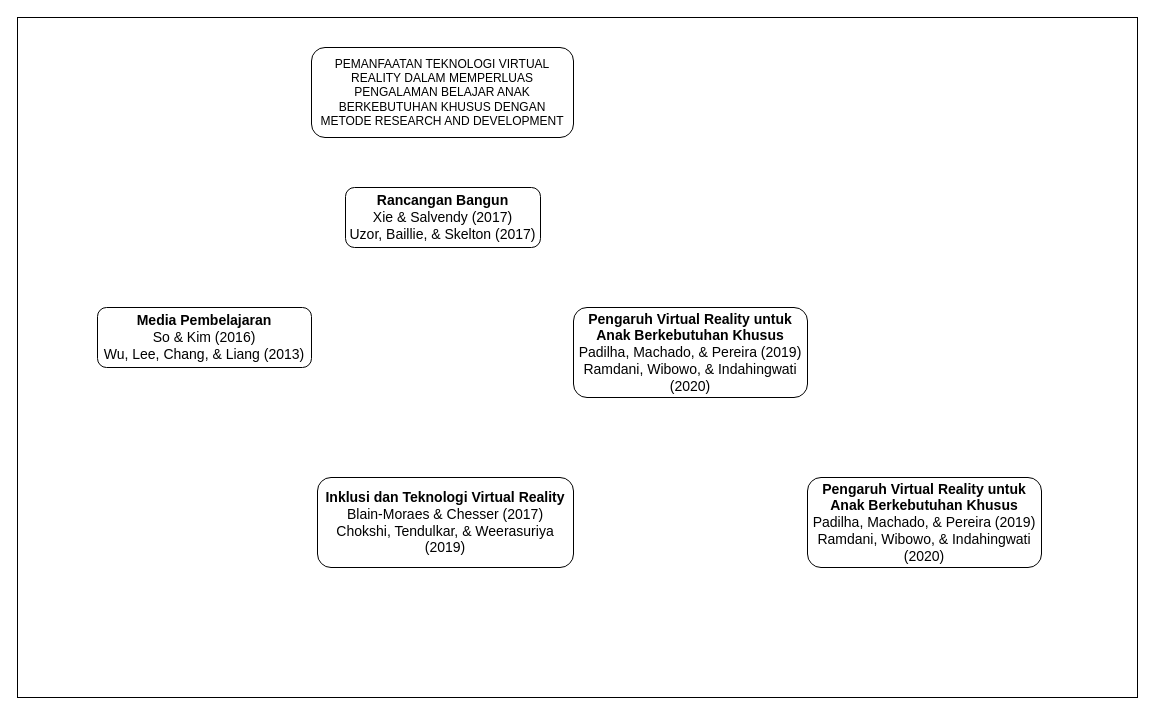
Before: literatur.drawio in kaniadinda/flowchart, a draw.io diagram. Source tidied: cells renumbered, new cells numbered last; positions are measured from the earlier drawing's top-left corner, leaving out a move shared by most shapes. Both pictures are drawn from the tidied source at 100%, with x=0, y=0 at pixel (17, 17).
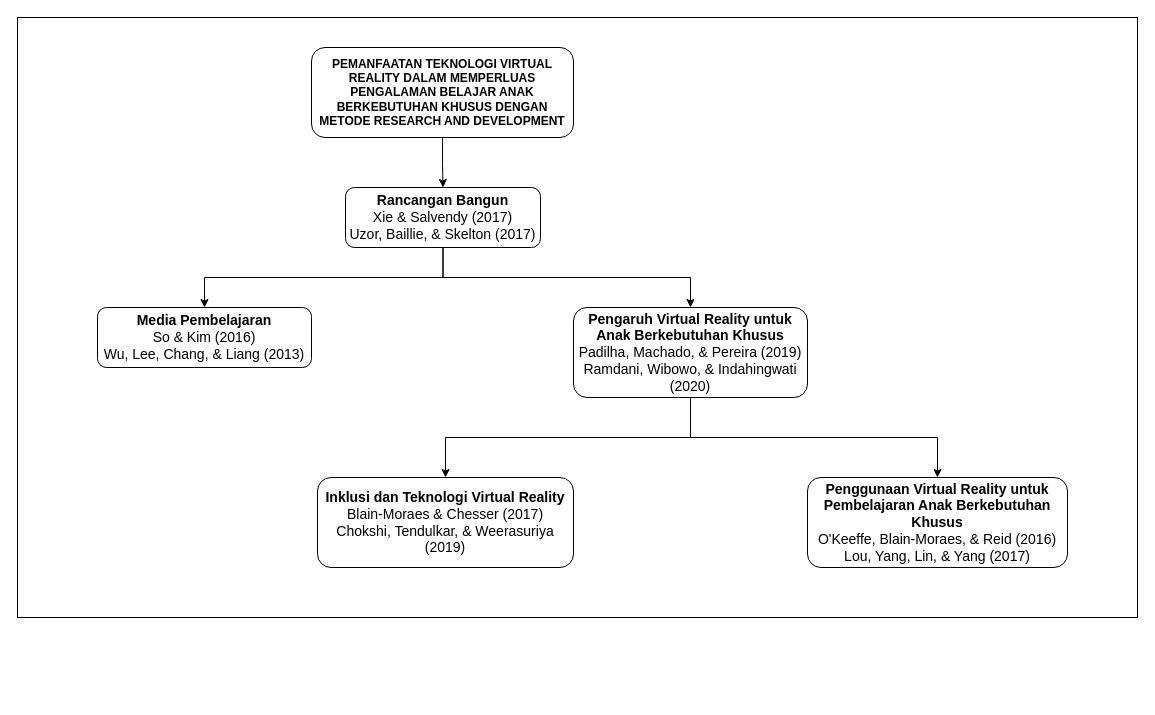
Above is the later version.

The edit, as a diff of the source:
```diff
@@
 <mxGraphModel>
   <root>
     <mxCell id="0" />
     <mxCell id="1" parent="0" />
     <mxCell id="2" style="rounded=0;whiteSpace=wrap;html=1;" parent="1" vertex="1">
-      <mxGeometry width="1120" height="680" as="geometry" />
+      <mxGeometry width="1120" height="600" as="geometry" />
     </mxCell>
+    <mxCell id="9" style="edgeStyle=orthogonalEdgeStyle;rounded=0;jettySize=auto;html=1;exitX=0.5;exitY=1;exitDx=0;exitDy=0;entryX=0.5;entryY=0;entryDx=0;entryDy=0;" parent="1" edge="1" source="3" target="4">
+      <mxGeometry relative="1" as="geometry" />
+    </mxCell>
-    <mxCell id="3" value="PEMANFAATAN TEKNOLOGI VIRTUAL REALITY DALAM MEMPERLUAS PENGALAMAN BELAJAR ANAK BERKEBUTUHAN KHUSUS DENGAN METODE RESEARCH AND DEVELOPMENT" style="rounded=1;whiteSpace=wrap;html=1;" parent="1" vertex="1">
+    <mxCell id="3" value="&lt;b&gt;PEMANFAATAN TEKNOLOGI VIRTUAL REALITY DALAM MEMPERLUAS PENGALAMAN BELAJAR ANAK BERKEBUTUHAN KHUSUS DENGAN METODE RESEARCH AND DEVELOPMENT&lt;/b&gt;" style="rounded=1;whiteSpace=wrap;html=1;" parent="1" vertex="1">
       <mxGeometry x="294" y="30" width="262" height="90" as="geometry" />
     </mxCell>
+    <mxCell id="10" style="edgeStyle=orthogonalEdgeStyle;rounded=0;jettySize=auto;html=1;exitX=0.5;exitY=1;exitDx=0;exitDy=0;entryX=0.5;entryY=0;entryDx=0;entryDy=0;" parent="1" edge="1" source="4" target="5">
+      <mxGeometry relative="1" as="geometry" />
+    </mxCell>
+    <mxCell id="11" style="edgeStyle=orthogonalEdgeStyle;rounded=0;jettySize=auto;html=1;exitX=0.5;exitY=1;exitDx=0;exitDy=0;entryX=0.5;entryY=0;entryDx=0;entryDy=0;" parent="1" edge="1" source="4" target="6">
+      <mxGeometry relative="1" as="geometry" />
+    </mxCell>
     <mxCell id="4" value="&lt;font style=&quot;font-size: 14px;&quot;&gt;&lt;b&gt;Rancangan Bangun&lt;br&gt;&lt;/b&gt;Xie &amp;amp; Salvendy (&lt;span style=&quot;border: 0px solid rgb(217, 217, 227); box-sizing: border-box; --tw-border-spacing-x:0; --tw-border-spacing-y:0; --tw-translate-x:0; --tw-translate-y:0; --tw-rotate:0; --tw-skew-x:0; --tw-skew-y:0; --tw-scale-x:1; --tw-scale-y:1; --tw-pan-x: ; --tw-pan-y: ; --tw-pinch-zoom: ; --tw-scroll-snap-strictness:proximity; --tw-gradient-from-position: ; --tw-gradient-via-position: ; --tw-gradient-to-position: ; --tw-ordinal: ; --tw-slashed-zero: ; --tw-numeric-figure: ; --tw-numeric-spacing: ; --tw-numeric-fraction: ; --tw-ring-inset: ; --tw-ring-offset-width:0px; --tw-ring-offset-color:#fff; --tw-ring-color:rgba(69,89,164,0.5); --tw-ring-offset-shadow:0 0 transparent; --tw-ring-shadow:0 0 transparent; --tw-shadow:0 0 transparent; --tw-shadow-colored:0 0 transparent; --tw-blur: ; --tw-brightness: ; --tw-contrast: ; --tw-grayscale: ; --tw-hue-rotate: ; --tw-invert: ; --tw-saturate: ; --tw-sepia: ; --tw-drop-shadow: ; --tw-backdrop-blur: ; --tw-backdrop-brightness: ; --tw-backdrop-contrast: ; --tw-backdrop-grayscale: ; --tw-backdrop-hue-rotate: ; --tw-backdrop-invert: ; --tw-backdrop-opacity: ; --tw-backdrop-saturate: ; --tw-backdrop-sepia: ; text-align: left;&quot; class=&quot;hljs-number&quot;&gt;2017&lt;/span&gt;&lt;span style=&quot;text-align: left;&quot;&gt;)&lt;br&gt;            Uzor, Baillie, &amp;amp; Skelton (&lt;/span&gt;&lt;span style=&quot;border: 0px solid rgb(217, 217, 227); box-sizing: border-box; --tw-border-spacing-x:0; --tw-border-spacing-y:0; --tw-translate-x:0; --tw-translate-y:0; --tw-rotate:0; --tw-skew-x:0; --tw-skew-y:0; --tw-scale-x:1; --tw-scale-y:1; --tw-pan-x: ; --tw-pan-y: ; --tw-pinch-zoom: ; --tw-scroll-snap-strictness:proximity; --tw-gradient-from-position: ; --tw-gradient-via-position: ; --tw-gradient-to-position: ; --tw-ordinal: ; --tw-slashed-zero: ; --tw-numeric-figure: ; --tw-numeric-spacing: ; --tw-numeric-fraction: ; --tw-ring-inset: ; --tw-ring-offset-width:0px; --tw-ring-offset-color:#fff; --tw-ring-color:rgba(69,89,164,0.5); --tw-ring-offset-shadow:0 0 transparent; --tw-ring-shadow:0 0 transparent; --tw-shadow:0 0 transparent; --tw-shadow-colored:0 0 transparent; --tw-blur: ; --tw-brightness: ; --tw-contrast: ; --tw-grayscale: ; --tw-hue-rotate: ; --tw-invert: ; --tw-saturate: ; --tw-sepia: ; --tw-drop-shadow: ; --tw-backdrop-blur: ; --tw-backdrop-brightness: ; --tw-backdrop-contrast: ; --tw-backdrop-grayscale: ; --tw-backdrop-hue-rotate: ; --tw-backdrop-invert: ; --tw-backdrop-opacity: ; --tw-backdrop-saturate: ; --tw-backdrop-sepia: ; text-align: left;&quot; class=&quot;hljs-number&quot;&gt;2017&lt;/span&gt;&lt;span style=&quot;text-align: left;&quot;&gt;)&lt;/span&gt;&lt;/font&gt;" style="rounded=1;whiteSpace=wrap;html=1;" parent="1" vertex="1">
       <mxGeometry x="328" y="170" width="195" height="60" as="geometry" />
     </mxCell>
     <mxCell id="5" value="&lt;font style=&quot;font-size: 14px;&quot;&gt;&lt;b&gt;Media Pembelajaran&lt;br&gt;&lt;/b&gt;So &amp;amp; Kim (&lt;span style=&quot;border: 0px solid rgb(217, 217, 227); box-sizing: border-box; --tw-border-spacing-x:0; --tw-border-spacing-y:0; --tw-translate-x:0; --tw-translate-y:0; --tw-rotate:0; --tw-skew-x:0; --tw-skew-y:0; --tw-scale-x:1; --tw-scale-y:1; --tw-pan-x: ; --tw-pan-y: ; --tw-pinch-zoom: ; --tw-scroll-snap-strictness:proximity; --tw-gradient-from-position: ; --tw-gradient-via-position: ; --tw-gradient-to-position: ; --tw-ordinal: ; --tw-slashed-zero: ; --tw-numeric-figure: ; --tw-numeric-spacing: ; --tw-numeric-fraction: ; --tw-ring-inset: ; --tw-ring-offset-width:0px; --tw-ring-offset-color:#fff; --tw-ring-color:rgba(69,89,164,0.5); --tw-ring-offset-shadow:0 0 transparent; --tw-ring-shadow:0 0 transparent; --tw-shadow:0 0 transparent; --tw-shadow-colored:0 0 transparent; --tw-blur: ; --tw-brightness: ; --tw-contrast: ; --tw-grayscale: ; --tw-hue-rotate: ; --tw-invert: ; --tw-saturate: ; --tw-sepia: ; --tw-drop-shadow: ; --tw-backdrop-blur: ; --tw-backdrop-brightness: ; --tw-backdrop-contrast: ; --tw-backdrop-grayscale: ; --tw-backdrop-hue-rotate: ; --tw-backdrop-invert: ; --tw-backdrop-opacity: ; --tw-backdrop-saturate: ; --tw-backdrop-sepia: ; text-align: left;&quot; class=&quot;hljs-number&quot;&gt;2016&lt;/span&gt;&lt;span style=&quot;text-align: left;&quot;&gt;)&lt;/span&gt;&lt;br&gt;&lt;span style=&quot;text-align: left;&quot;&gt;Wu, Lee, Chang, &amp;amp; Liang (&lt;/span&gt;&lt;span style=&quot;border: 0px solid rgb(217, 217, 227); box-sizing: border-box; --tw-border-spacing-x:0; --tw-border-spacing-y:0; --tw-translate-x:0; --tw-translate-y:0; --tw-rotate:0; --tw-skew-x:0; --tw-skew-y:0; --tw-scale-x:1; --tw-scale-y:1; --tw-pan-x: ; --tw-pan-y: ; --tw-pinch-zoom: ; --tw-scroll-snap-strictness:proximity; --tw-gradient-from-position: ; --tw-gradient-via-position: ; --tw-gradient-to-position: ; --tw-ordinal: ; --tw-slashed-zero: ; --tw-numeric-figure: ; --tw-numeric-spacing: ; --tw-numeric-fraction: ; --tw-ring-inset: ; --tw-ring-offset-width:0px; --tw-ring-offset-color:#fff; --tw-ring-color:rgba(69,89,164,0.5); --tw-ring-offset-shadow:0 0 transparent; --tw-ring-shadow:0 0 transparent; --tw-shadow:0 0 transparent; --tw-shadow-colored:0 0 transparent; --tw-blur: ; --tw-brightness: ; --tw-contrast: ; --tw-grayscale: ; --tw-hue-rotate: ; --tw-invert: ; --tw-saturate: ; --tw-sepia: ; --tw-drop-shadow: ; --tw-backdrop-blur: ; --tw-backdrop-brightness: ; --tw-backdrop-contrast: ; --tw-backdrop-grayscale: ; --tw-backdrop-hue-rotate: ; --tw-backdrop-invert: ; --tw-backdrop-opacity: ; --tw-backdrop-saturate: ; --tw-backdrop-sepia: ; text-align: left;&quot; class=&quot;hljs-number&quot;&gt;2013&lt;/span&gt;&lt;span style=&quot;text-align: left;&quot;&gt;)&lt;/span&gt;&lt;span style=&quot;text-align: left;&quot;&gt;&lt;br&gt;&lt;/span&gt;&lt;/font&gt;" style="rounded=1;whiteSpace=wrap;html=1;" parent="1" vertex="1">
       <mxGeometry x="80" y="290" width="214" height="60" as="geometry" />
     </mxCell>
+    <mxCell id="12" style="edgeStyle=orthogonalEdgeStyle;rounded=0;jettySize=auto;html=1;exitX=0.5;exitY=1;exitDx=0;exitDy=0;entryX=0.5;entryY=0;entryDx=0;entryDy=0;" parent="1" edge="1" source="6" target="7">
+      <mxGeometry relative="1" as="geometry" />
+    </mxCell>
+    <mxCell id="13" style="edgeStyle=orthogonalEdgeStyle;rounded=0;jettySize=auto;html=1;exitX=0.5;exitY=1;exitDx=0;exitDy=0;entryX=0.5;entryY=0;entryDx=0;entryDy=0;" parent="1" edge="1" source="6" target="8">
+      <mxGeometry relative="1" as="geometry" />
+    </mxCell>
     <mxCell id="6" value="&lt;font style=&quot;font-size: 14px;&quot;&gt;&lt;b&gt;Pengaruh Virtual Reality untuk Anak Berkebutuhan Khusus&lt;br&gt;&lt;/b&gt;Padilha, Machado, &amp;amp; Pereira (&lt;span style=&quot;border: 0px solid rgb(217, 217, 227); box-sizing: border-box; --tw-border-spacing-x:0; --tw-border-spacing-y:0; --tw-translate-x:0; --tw-translate-y:0; --tw-rotate:0; --tw-skew-x:0; --tw-skew-y:0; --tw-scale-x:1; --tw-scale-y:1; --tw-pan-x: ; --tw-pan-y: ; --tw-pinch-zoom: ; --tw-scroll-snap-strictness:proximity; --tw-gradient-from-position: ; --tw-gradient-via-position: ; --tw-gradient-to-position: ; --tw-ordinal: ; --tw-slashed-zero: ; --tw-numeric-figure: ; --tw-numeric-spacing: ; --tw-numeric-fraction: ; --tw-ring-inset: ; --tw-ring-offset-width:0px; --tw-ring-offset-color:#fff; --tw-ring-color:rgba(69,89,164,0.5); --tw-ring-offset-shadow:0 0 transparent; --tw-ring-shadow:0 0 transparent; --tw-shadow:0 0 transparent; --tw-shadow-colored:0 0 transparent; --tw-blur: ; --tw-brightness: ; --tw-contrast: ; --tw-grayscale: ; --tw-hue-rotate: ; --tw-invert: ; --tw-saturate: ; --tw-sepia: ; --tw-drop-shadow: ; --tw-backdrop-blur: ; --tw-backdrop-brightness: ; --tw-backdrop-contrast: ; --tw-backdrop-grayscale: ; --tw-backdrop-hue-rotate: ; --tw-backdrop-invert: ; --tw-backdrop-opacity: ; --tw-backdrop-saturate: ; --tw-backdrop-sepia: ; text-align: left;&quot; class=&quot;hljs-number&quot;&gt;2019&lt;/span&gt;&lt;span style=&quot;text-align: left;&quot;&gt;)&lt;/span&gt;&lt;br&gt;&lt;span style=&quot;text-align: left;&quot;&gt;Ramdani, Wibowo, &amp;amp; Indahingwati (&lt;/span&gt;&lt;span style=&quot;border: 0px solid rgb(217, 217, 227); box-sizing: border-box; --tw-border-spacing-x:0; --tw-border-spacing-y:0; --tw-translate-x:0; --tw-translate-y:0; --tw-rotate:0; --tw-skew-x:0; --tw-skew-y:0; --tw-scale-x:1; --tw-scale-y:1; --tw-pan-x: ; --tw-pan-y: ; --tw-pinch-zoom: ; --tw-scroll-snap-strictness:proximity; --tw-gradient-from-position: ; --tw-gradient-via-position: ; --tw-gradient-to-position: ; --tw-ordinal: ; --tw-slashed-zero: ; --tw-numeric-figure: ; --tw-numeric-spacing: ; --tw-numeric-fraction: ; --tw-ring-inset: ; --tw-ring-offset-width:0px; --tw-ring-offset-color:#fff; --tw-ring-color:rgba(69,89,164,0.5); --tw-ring-offset-shadow:0 0 transparent; --tw-ring-shadow:0 0 transparent; --tw-shadow:0 0 transparent; --tw-shadow-colored:0 0 transparent; --tw-blur: ; --tw-brightness: ; --tw-contrast: ; --tw-grayscale: ; --tw-hue-rotate: ; --tw-invert: ; --tw-saturate: ; --tw-sepia: ; --tw-drop-shadow: ; --tw-backdrop-blur: ; --tw-backdrop-brightness: ; --tw-backdrop-contrast: ; --tw-backdrop-grayscale: ; --tw-backdrop-hue-rotate: ; --tw-backdrop-invert: ; --tw-backdrop-opacity: ; --tw-backdrop-saturate: ; --tw-backdrop-sepia: ; text-align: left;&quot; class=&quot;hljs-number&quot;&gt;2020&lt;/span&gt;&lt;span style=&quot;text-align: left;&quot;&gt;)&lt;/span&gt;&lt;span style=&quot;text-align: left;&quot;&gt;&lt;br&gt;&lt;/span&gt;&lt;/font&gt;" style="rounded=1;whiteSpace=wrap;html=1;" parent="1" vertex="1">
       <mxGeometry x="556" y="290" width="234" height="90" as="geometry" />
     </mxCell>
     <mxCell id="7" value="&lt;font style=&quot;font-size: 14px;&quot;&gt;&lt;b&gt;Inklusi dan Teknologi Virtual Reality&lt;br&gt;&lt;/b&gt;Blain-Moraes &amp;amp; Chesser (&lt;span style=&quot;border: 0px solid rgb(217, 217, 227); box-sizing: border-box; --tw-border-spacing-x:0; --tw-border-spacing-y:0; --tw-translate-x:0; --tw-translate-y:0; --tw-rotate:0; --tw-skew-x:0; --tw-skew-y:0; --tw-scale-x:1; --tw-scale-y:1; --tw-pan-x: ; --tw-pan-y: ; --tw-pinch-zoom: ; --tw-scroll-snap-strictness:proximity; --tw-gradient-from-position: ; --tw-gradient-via-position: ; --tw-gradient-to-position: ; --tw-ordinal: ; --tw-slashed-zero: ; --tw-numeric-figure: ; --tw-numeric-spacing: ; --tw-numeric-fraction: ; --tw-ring-inset: ; --tw-ring-offset-width:0px; --tw-ring-offset-color:#fff; --tw-ring-color:rgba(69,89,164,0.5); --tw-ring-offset-shadow:0 0 transparent; --tw-ring-shadow:0 0 transparent; --tw-shadow:0 0 transparent; --tw-shadow-colored:0 0 transparent; --tw-blur: ; --tw-brightness: ; --tw-contrast: ; --tw-grayscale: ; --tw-hue-rotate: ; --tw-invert: ; --tw-saturate: ; --tw-sepia: ; --tw-drop-shadow: ; --tw-backdrop-blur: ; --tw-backdrop-brightness: ; --tw-backdrop-contrast: ; --tw-backdrop-grayscale: ; --tw-backdrop-hue-rotate: ; --tw-backdrop-invert: ; --tw-backdrop-opacity: ; --tw-backdrop-saturate: ; --tw-backdrop-sepia: ; text-align: left;&quot; class=&quot;hljs-number&quot;&gt;2017&lt;/span&gt;&lt;span style=&quot;text-align: left;&quot;&gt;)&lt;/span&gt;&lt;br&gt;Chokshi, Tendulkar, &amp;amp; Weerasuriya (&lt;span style=&quot;border: 0px solid rgb(217, 217, 227); box-sizing: border-box; --tw-border-spacing-x:0; --tw-border-spacing-y:0; --tw-translate-x:0; --tw-translate-y:0; --tw-rotate:0; --tw-skew-x:0; --tw-skew-y:0; --tw-scale-x:1; --tw-scale-y:1; --tw-pan-x: ; --tw-pan-y: ; --tw-pinch-zoom: ; --tw-scroll-snap-strictness:proximity; --tw-gradient-from-position: ; --tw-gradient-via-position: ; --tw-gradient-to-position: ; --tw-ordinal: ; --tw-slashed-zero: ; --tw-numeric-figure: ; --tw-numeric-spacing: ; --tw-numeric-fraction: ; --tw-ring-inset: ; --tw-ring-offset-width:0px; --tw-ring-offset-color:#fff; --tw-ring-color:rgba(69,89,164,0.5); --tw-ring-offset-shadow:0 0 transparent; --tw-ring-shadow:0 0 transparent; --tw-shadow:0 0 transparent; --tw-shadow-colored:0 0 transparent; --tw-blur: ; --tw-brightness: ; --tw-contrast: ; --tw-grayscale: ; --tw-hue-rotate: ; --tw-invert: ; --tw-saturate: ; --tw-sepia: ; --tw-drop-shadow: ; --tw-backdrop-blur: ; --tw-backdrop-brightness: ; --tw-backdrop-contrast: ; --tw-backdrop-grayscale: ; --tw-backdrop-hue-rotate: ; --tw-backdrop-invert: ; --tw-backdrop-opacity: ; --tw-backdrop-saturate: ; --tw-backdrop-sepia: ; text-align: left;&quot; class=&quot;hljs-number&quot;&gt;2019&lt;/span&gt;&lt;span style=&quot;text-align: left;&quot;&gt;)  &lt;/span&gt;&lt;span style=&quot;text-align: left;&quot;&gt;&lt;br&gt;&lt;/span&gt;&lt;/font&gt;" style="rounded=1;whiteSpace=wrap;html=1;" parent="1" vertex="1">
       <mxGeometry x="300" y="460" width="256" height="90" as="geometry" />
     </mxCell>
-    <mxCell id="8" value="&lt;font style=&quot;font-size: 14px;&quot;&gt;&lt;b&gt;Pengaruh Virtual Reality untuk Anak Berkebutuhan Khusus&lt;br&gt;&lt;/b&gt;Padilha, Machado, &amp;amp; Pereira (&lt;span style=&quot;border: 0px solid rgb(217, 217, 227); box-sizing: border-box; --tw-border-spacing-x:0; --tw-border-spacing-y:0; --tw-translate-x:0; --tw-translate-y:0; --tw-rotate:0; --tw-skew-x:0; --tw-skew-y:0; --tw-scale-x:1; --tw-scale-y:1; --tw-pan-x: ; --tw-pan-y: ; --tw-pinch-zoom: ; --tw-scroll-snap-strictness:proximity; --tw-gradient-from-position: ; --tw-gradient-via-position: ; --tw-gradient-to-position: ; --tw-ordinal: ; --tw-slashed-zero: ; --tw-numeric-figure: ; --tw-numeric-spacing: ; --tw-numeric-fraction: ; --tw-ring-inset: ; --tw-ring-offset-width:0px; --tw-ring-offset-color:#fff; --tw-ring-color:rgba(69,89,164,0.5); --tw-ring-offset-shadow:0 0 transparent; --tw-ring-shadow:0 0 transparent; --tw-shadow:0 0 transparent; --tw-shadow-colored:0 0 transparent; --tw-blur: ; --tw-brightness: ; --tw-contrast: ; --tw-grayscale: ; --tw-hue-rotate: ; --tw-invert: ; --tw-saturate: ; --tw-sepia: ; --tw-drop-shadow: ; --tw-backdrop-blur: ; --tw-backdrop-brightness: ; --tw-backdrop-contrast: ; --tw-backdrop-grayscale: ; --tw-backdrop-hue-rotate: ; --tw-backdrop-invert: ; --tw-backdrop-opacity: ; --tw-backdrop-saturate: ; --tw-backdrop-sepia: ; text-align: left;&quot; class=&quot;hljs-number&quot;&gt;2019&lt;/span&gt;&lt;span style=&quot;text-align: left;&quot;&gt;)&lt;/span&gt;&lt;br&gt;&lt;span style=&quot;text-align: left;&quot;&gt;Ramdani, Wibowo, &amp;amp; Indahingwati (&lt;/span&gt;&lt;span style=&quot;border: 0px solid rgb(217, 217, 227); box-sizing: border-box; --tw-border-spacing-x:0; --tw-border-spacing-y:0; --tw-translate-x:0; --tw-translate-y:0; --tw-rotate:0; --tw-skew-x:0; --tw-skew-y:0; --tw-scale-x:1; --tw-scale-y:1; --tw-pan-x: ; --tw-pan-y: ; --tw-pinch-zoom: ; --tw-scroll-snap-strictness:proximity; --tw-gradient-from-position: ; --tw-gradient-via-position: ; --tw-gradient-to-position: ; --tw-ordinal: ; --tw-slashed-zero: ; --tw-numeric-figure: ; --tw-numeric-spacing: ; --tw-numeric-fraction: ; --tw-ring-inset: ; --tw-ring-offset-width:0px; --tw-ring-offset-color:#fff; --tw-ring-color:rgba(69,89,164,0.5); --tw-ring-offset-shadow:0 0 transparent; --tw-ring-shadow:0 0 transparent; --tw-shadow:0 0 transparent; --tw-shadow-colored:0 0 transparent; --tw-blur: ; --tw-brightness: ; --tw-contrast: ; --tw-grayscale: ; --tw-hue-rotate: ; --tw-invert: ; --tw-saturate: ; --tw-sepia: ; --tw-drop-shadow: ; --tw-backdrop-blur: ; --tw-backdrop-brightness: ; --tw-backdrop-contrast: ; --tw-backdrop-grayscale: ; --tw-backdrop-hue-rotate: ; --tw-backdrop-invert: ; --tw-backdrop-opacity: ; --tw-backdrop-saturate: ; --tw-backdrop-sepia: ; text-align: left;&quot; class=&quot;hljs-number&quot;&gt;2020&lt;/span&gt;&lt;span style=&quot;text-align: left;&quot;&gt;)&lt;/span&gt;&lt;span style=&quot;text-align: left;&quot;&gt;&lt;br&gt;&lt;/span&gt;&lt;/font&gt;" style="rounded=1;whiteSpace=wrap;html=1;" parent="1" vertex="1">
-      <mxGeometry x="790" y="460" width="234" height="90" as="geometry" />
+    <mxCell id="8" value="&lt;font style=&quot;font-size: 14px;&quot;&gt;&lt;b&gt;Penggunaan Virtual Reality untuk Pembelajaran Anak Berkebutuhan Khusus&lt;br&gt;&lt;/b&gt;O'Keeffe, Blain-Moraes, &amp;amp; Reid (&lt;span style=&quot;border: 0px solid rgb(217, 217, 227); box-sizing: border-box; --tw-border-spacing-x:0; --tw-border-spacing-y:0; --tw-translate-x:0; --tw-translate-y:0; --tw-rotate:0; --tw-skew-x:0; --tw-skew-y:0; --tw-scale-x:1; --tw-scale-y:1; --tw-pan-x: ; --tw-pan-y: ; --tw-pinch-zoom: ; --tw-scroll-snap-strictness:proximity; --tw-gradient-from-position: ; --tw-gradient-via-position: ; --tw-gradient-to-position: ; --tw-ordinal: ; --tw-slashed-zero: ; --tw-numeric-figure: ; --tw-numeric-spacing: ; --tw-numeric-fraction: ; --tw-ring-inset: ; --tw-ring-offset-width:0px; --tw-ring-offset-color:#fff; --tw-ring-color:rgba(69,89,164,0.5); --tw-ring-offset-shadow:0 0 transparent; --tw-ring-shadow:0 0 transparent; --tw-shadow:0 0 transparent; --tw-shadow-colored:0 0 transparent; --tw-blur: ; --tw-brightness: ; --tw-contrast: ; --tw-grayscale: ; --tw-hue-rotate: ; --tw-invert: ; --tw-saturate: ; --tw-sepia: ; --tw-drop-shadow: ; --tw-backdrop-blur: ; --tw-backdrop-brightness: ; --tw-backdrop-contrast: ; --tw-backdrop-grayscale: ; --tw-backdrop-hue-rotate: ; --tw-backdrop-invert: ; --tw-backdrop-opacity: ; --tw-backdrop-saturate: ; --tw-backdrop-sepia: ; text-align: left;&quot; class=&quot;hljs-number&quot;&gt;2016&lt;/span&gt;&lt;span style=&quot;text-align: left;&quot;&gt;)&lt;/span&gt;&lt;br&gt;Lou, Yang, Lin, &amp;amp; Yang (&lt;span style=&quot;border: 0px solid rgb(217, 217, 227); box-sizing: border-box; --tw-border-spacing-x:0; --tw-border-spacing-y:0; --tw-translate-x:0; --tw-translate-y:0; --tw-rotate:0; --tw-skew-x:0; --tw-skew-y:0; --tw-scale-x:1; --tw-scale-y:1; --tw-pan-x: ; --tw-pan-y: ; --tw-pinch-zoom: ; --tw-scroll-snap-strictness:proximity; --tw-gradient-from-position: ; --tw-gradient-via-position: ; --tw-gradient-to-position: ; --tw-ordinal: ; --tw-slashed-zero: ; --tw-numeric-figure: ; --tw-numeric-spacing: ; --tw-numeric-fraction: ; --tw-ring-inset: ; --tw-ring-offset-width:0px; --tw-ring-offset-color:#fff; --tw-ring-color:rgba(69,89,164,0.5); --tw-ring-offset-shadow:0 0 transparent; --tw-ring-shadow:0 0 transparent; --tw-shadow:0 0 transparent; --tw-shadow-colored:0 0 transparent; --tw-blur: ; --tw-brightness: ; --tw-contrast: ; --tw-grayscale: ; --tw-hue-rotate: ; --tw-invert: ; --tw-saturate: ; --tw-sepia: ; --tw-drop-shadow: ; --tw-backdrop-blur: ; --tw-backdrop-brightness: ; --tw-backdrop-contrast: ; --tw-backdrop-grayscale: ; --tw-backdrop-hue-rotate: ; --tw-backdrop-invert: ; --tw-backdrop-opacity: ; --tw-backdrop-saturate: ; --tw-backdrop-sepia: ; text-align: left;&quot; class=&quot;hljs-number&quot;&gt;2017&lt;/span&gt;&lt;span style=&quot;text-align: left;&quot;&gt;)&lt;/span&gt;&lt;span style=&quot;text-align: left;&quot;&gt;&lt;br&gt;&lt;/span&gt;&lt;/font&gt;" style="rounded=1;whiteSpace=wrap;html=1;" parent="1" vertex="1">
+      <mxGeometry x="790" y="460" width="260" height="90" as="geometry" />
     </mxCell>
   </root>
 </mxGraphModel>
```
